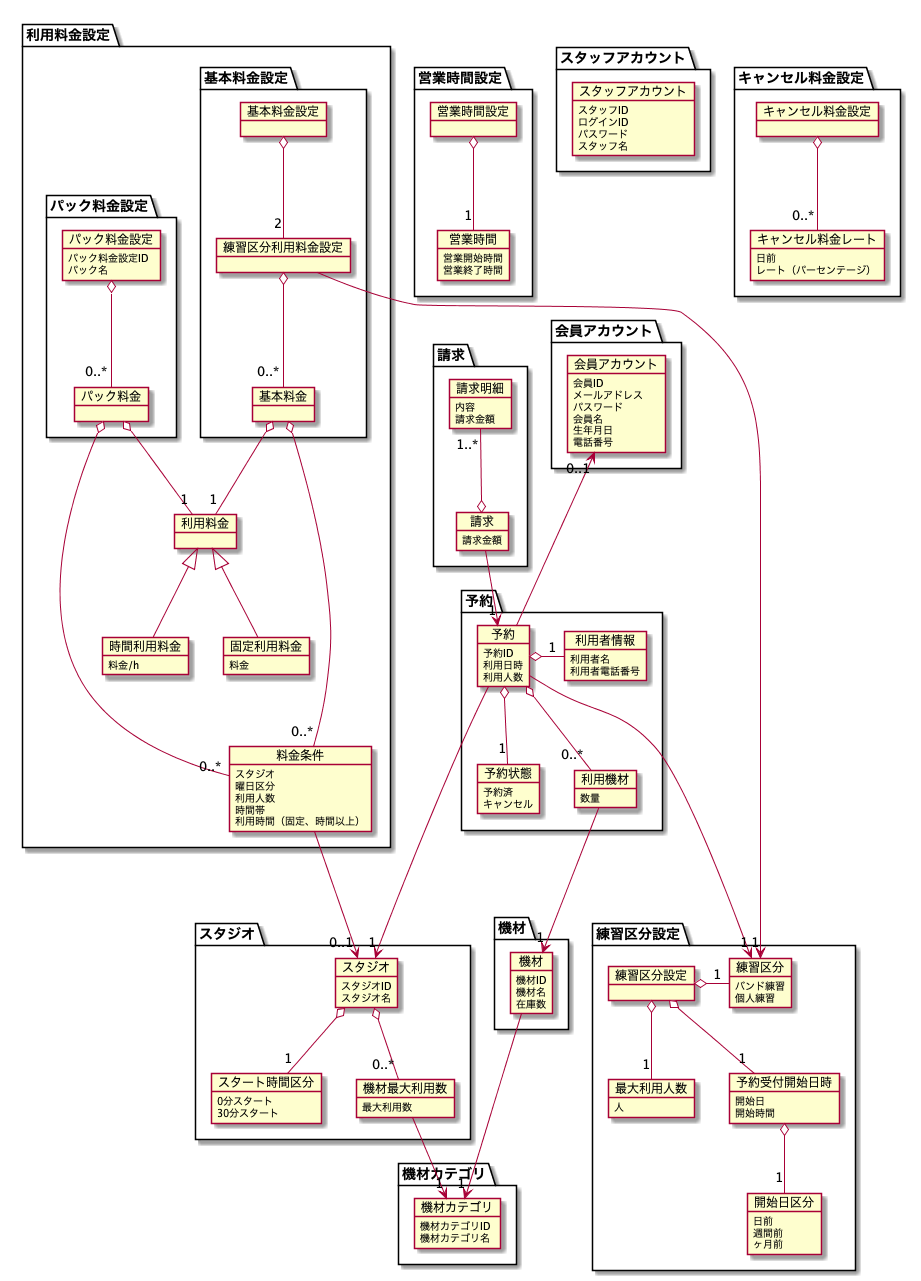
This is modeling/07_DomainModel/DomainModel.png from TakashiOnawa/ddd-practice-studio-reservation, a PlantUML export, as it was before one commit.
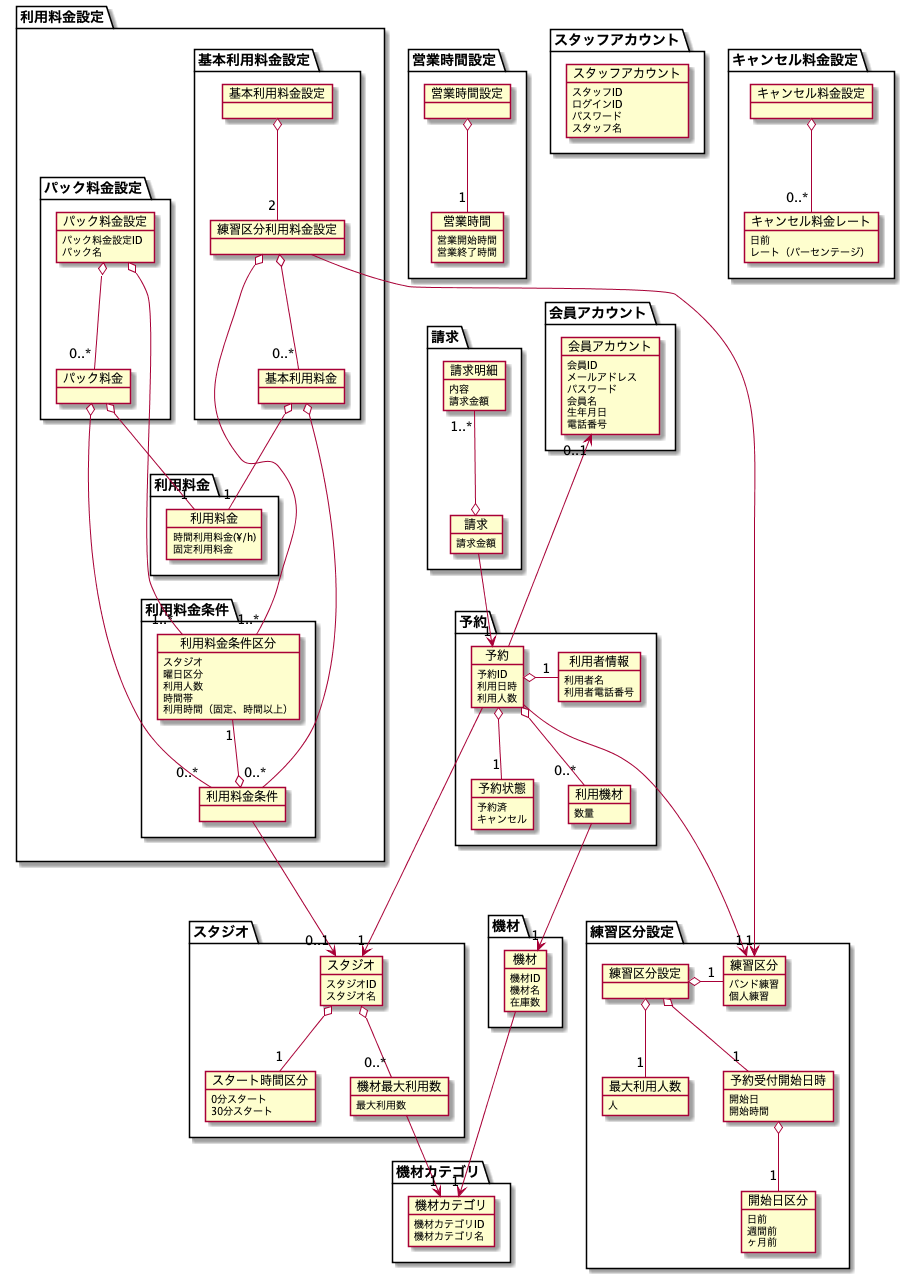
The same diagram one commit later.

Change to the diagram source:
```diff
@@ -109,14 +109,14 @@
 }
 
 package 利用料金設定 {
-    package 基本料金設定 {
-        object 基本料金設定 {
+    package 基本利用料金設定 {
+        object 基本利用料金設定 {
         }
 
         object 練習区分利用料金設定 {
         }
 
-        object 基本料金 {
+        object 基本利用料金 {
         }
     }
 
@@ -130,23 +130,24 @@
         }
     }
 
-    object 利用料金 {
+    package 利用料金 {
+        object 利用料金 {
+            時間利用料金(¥/h)
+            固定利用料金
+        }
     }
 
-    object 時間利用料金 {
-        料金/h
-    }
+    package 利用料金条件 {
+        object 利用料金条件 {
+        }
 
-    object 固定利用料金 {
-        料金
-    }
-
-    object 料金条件 {
-        スタジオ
-        曜日区分
-        利用人数
-        時間帯
-        利用時間（固定、時間以上）
+        object 利用料金条件区分 {
+            スタジオ
+            曜日区分
+            利用人数
+            時間帯
+            利用時間（固定、時間以上）
+        }
     }
 }
 
@@ -196,20 +197,20 @@
 
 キャンセル料金設定 o-- "0..*" キャンセル料金レート
 
-基本料金設定 o-- "2" 練習区分利用料金設定
-練習区分利用料金設定 o-- "0..*" 基本料金
+基本利用料金設定 o-- "2" 練習区分利用料金設定
+練習区分利用料金設定 o-- "0..*" 基本利用料金
 練習区分利用料金設定 --> "1" 練習区分
-基本料金 o-- "1" 利用料金
-基本料金 o---- "0..*" 料金条件
+練習区分利用料金設定 o--- "1..*" 利用料金条件区分
+基本利用料金 o-- "1" 利用料金
+基本利用料金 o---- "0..*" 利用料金条件
 
 パック料金設定 o-- "0..*" パック料金
+パック料金設定 o--- "1..*" 利用料金条件区分
 パック料金 o-- "1" 利用料金
-パック料金 o---- "0..*" 料金条件
+パック料金 o---- "0..*" 利用料金条件
 
-利用料金 <|-- 時間利用料金
-利用料金 <|-- 固定利用料金
-
-料金条件 ---> "0..1" スタジオ
+利用料金条件 ---> "0..1" スタジオ
+利用料金条件 o-up- "1" 利用料金条件区分
 
 請求 o-up- "1..*" 請求明細
 請求 --> "1" 予約
```
